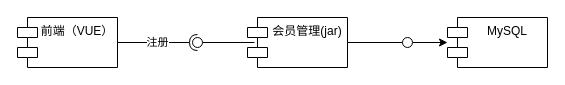
The draw.io diagram 用户管理系统组件图.drawio in liumin1939/ArchTraining, before the edit. Source tidied: cells renumbered, new cells numbered last; positions are measured from the earlier drawing's top-left corner, leaving out a move shared by most shapes. Both pictures are drawn from the tidied source at 100%, with x=0, y=0 at pixel (17, 17).
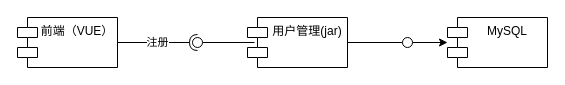
After the change.

Commit message:
Update 用户管理系统组件图.drawio

The edit, as a diff of the source:
```diff
@@
 <mxGraphModel>
   <root>
     <mxCell id="0" />
     <mxCell id="1" parent="0" />
     <mxCell id="2" value="前端（VUE）" style="shape=module;align=left;spacingLeft=20;align=center;verticalAlign=top;" parent="1" vertex="1">
       <mxGeometry width="100" height="50" as="geometry" />
     </mxCell>
-    <mxCell id="3" value="会员管理(jar)" style="shape=module;align=left;spacingLeft=20;align=center;verticalAlign=top;" parent="1" vertex="1">
+    <mxCell id="3" value="用户管理(jar)" style="shape=module;align=left;spacingLeft=20;align=center;verticalAlign=top;" parent="1" vertex="1">
       <mxGeometry x="230" width="100" height="50" as="geometry" />
     </mxCell>
     <mxCell id="4" value="MySQL" style="shape=module;align=left;spacingLeft=20;align=center;verticalAlign=top;" parent="1" vertex="1">
       <mxGeometry x="430" width="100" height="50" as="geometry" />
     </mxCell>
     <mxCell id="5" style="rounded=0;jettySize=auto;html=1;endArrow=none;endFill=0;" parent="1" edge="1" target="7">
       <mxGeometry relative="1" as="geometry">
         <mxPoint x="237" y="25" as="sourcePoint" />
       </mxGeometry>
     </mxCell>
     <mxCell id="6" value="注册" style="rounded=0;jettySize=auto;html=1;endArrow=halfCircle;endFill=0;entryX=0.5;entryY=0.5;entryDx=0;entryDy=0;endSize=6;strokeWidth=1;exitX=1;exitY=0.5;exitDx=0;exitDy=0;" parent="1" edge="1" source="2" target="7">
       <mxGeometry relative="1" as="geometry" />
     </mxCell>
     <mxCell id="7" style="ellipse;whiteSpace=wrap;html=1;fontFamily=Helvetica;fontSize=12;fontColor=#000000;align=center;strokeColor=#000000;fillColor=#ffffff;points=[];" parent="1" vertex="1">
       <mxGeometry x="175" y="20" width="10" height="10" as="geometry" />
     </mxCell>
     <mxCell id="8" style="rounded=0;jettySize=auto;html=1;endArrow=none;endFill=0;exitX=1;exitY=0.5;exitDx=0;exitDy=0;" parent="1" edge="1" source="3" target="10">
       <mxGeometry relative="1" as="geometry" />
     </mxCell>
     <mxCell id="9" style="edgeStyle=orthogonalEdgeStyle;rounded=0;jettySize=auto;html=1;" parent="1" edge="1" source="10" target="4">
       <mxGeometry relative="1" as="geometry" />
     </mxCell>
     <mxCell id="10" style="ellipse;whiteSpace=wrap;html=1;fontFamily=Helvetica;fontSize=12;fontColor=#000000;align=center;strokeColor=#000000;fillColor=#ffffff;points=[];" parent="1" vertex="1">
       <mxGeometry x="385" y="20" width="10" height="10" as="geometry" />
     </mxCell>
   </root>
 </mxGraphModel>
```
